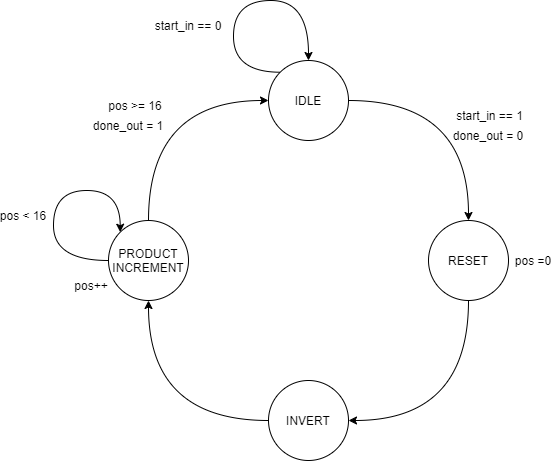
This is sequential_multiplicator/sm_control_state_machine.png from UandersonSilva/multiplicators, a draw.io export, as it was before one commit. Source tidied: cells renumbered, new cells last; positions are measured from the earlier drawing's top-left corner, leaving out a move shared by most shapes. Its diagram source:
```xml
<mxGraphModel>
  <root>
    <mxCell id="0" />
    <mxCell id="1" parent="0" />
    <mxCell id="2" style="edgeStyle=orthogonalEdgeStyle;jettySize=auto;exitX=1;exitY=0.5;exitDx=0;exitDy=0;entryX=0.5;entryY=0;entryDx=0;entryDy=0;curved=1;" parent="1" edge="1" source="3" target="5">
      <mxGeometry relative="1" as="geometry" />
    </mxCell>
    <mxCell id="3" value="RESET" style="ellipse;direction=south;" parent="1" vertex="1">
      <mxGeometry x="425" y="220" width="80" height="80" as="geometry" />
    </mxCell>
    <mxCell id="4" style="edgeStyle=orthogonalEdgeStyle;curved=1;jettySize=auto;exitX=0.5;exitY=1;exitDx=0;exitDy=0;entryX=1;entryY=0.5;entryDx=0;entryDy=0;" parent="1" edge="1" source="5" target="7">
      <mxGeometry relative="1" as="geometry" />
    </mxCell>
    <mxCell id="5" value="INVERT" style="ellipse;direction=south;" parent="1" vertex="1">
      <mxGeometry x="265" y="380" width="80" height="80" as="geometry" />
    </mxCell>
    <mxCell id="6" style="edgeStyle=orthogonalEdgeStyle;curved=1;jettySize=auto;exitX=0;exitY=0.5;exitDx=0;exitDy=0;entryX=0.5;entryY=1;entryDx=0;entryDy=0;" parent="1" edge="1" source="7" target="9">
      <mxGeometry relative="1" as="geometry" />
    </mxCell>
    <mxCell id="7" value="PRODUCT&#10;INCREMENT" style="ellipse;direction=south;" parent="1" vertex="1">
      <mxGeometry x="105" y="220" width="80" height="80" as="geometry" />
    </mxCell>
    <mxCell id="8" style="edgeStyle=orthogonalEdgeStyle;curved=1;jettySize=auto;exitX=0.5;exitY=0;exitDx=0;exitDy=0;entryX=0;entryY=0.5;entryDx=0;entryDy=0;" parent="1" edge="1" source="9" target="3">
      <mxGeometry relative="1" as="geometry" />
    </mxCell>
    <mxCell id="9" value="IDLE" style="ellipse;direction=south;" parent="1" vertex="1">
      <mxGeometry x="265" y="60" width="80" height="80" as="geometry" />
    </mxCell>
    <mxCell id="10" value="pos =0" style="text;strokeColor=none;fillColor=none;align=center;verticalAlign=middle;rounded=0;" parent="1" vertex="1">
      <mxGeometry x="510" y="255" width="40" height="10" as="geometry" />
    </mxCell>
    <mxCell id="11" value="done_out = 0" style="text;strokeColor=none;fillColor=none;align=center;verticalAlign=middle;rounded=0;" parent="1" vertex="1">
      <mxGeometry x="450" y="130" width="70" height="10" as="geometry" />
    </mxCell>
    <mxCell id="12" style="edgeStyle=orthogonalEdgeStyle;orthogonalLoop=1;jettySize=auto;exitX=0;exitY=1;exitDx=0;exitDy=0;entryX=0;entryY=0.5;entryDx=0;entryDy=0;curved=1;" parent="1" edge="1" source="9" target="9">
      <mxGeometry relative="1" as="geometry">
        <Array as="points">
          <mxPoint x="230" y="72" />
          <mxPoint x="230" />
          <mxPoint x="305" />
        </Array>
      </mxGeometry>
    </mxCell>
    <mxCell id="13" value="start_in == 0" style="text;strokeColor=none;fillColor=none;align=center;verticalAlign=middle;rounded=0;" parent="1" vertex="1">
      <mxGeometry x="140" y="20" width="90" height="10" as="geometry" />
    </mxCell>
    <mxCell id="14" style="edgeStyle=orthogonalEdgeStyle;orthogonalLoop=1;jettySize=auto;html=1;exitX=0.5;exitY=1;exitDx=0;exitDy=0;curved=1;entryX=0;entryY=1;entryDx=0;entryDy=0;" parent="1" edge="1" source="7" target="7">
      <mxGeometry relative="1" as="geometry">
        <Array as="points">
          <mxPoint x="50" y="260" />
          <mxPoint x="50" y="190" />
          <mxPoint x="117" y="190" />
        </Array>
      </mxGeometry>
    </mxCell>
    <mxCell id="15" value="start_in == 1" style="text;strokeColor=none;fillColor=none;align=center;verticalAlign=middle;rounded=0;" parent="1" vertex="1">
      <mxGeometry x="450" y="110" width="73" height="10" as="geometry" />
    </mxCell>
    <mxCell id="16" value="done_out = 1" style="text;strokeColor=none;fillColor=none;align=center;verticalAlign=middle;rounded=0;" parent="1" vertex="1">
      <mxGeometry x="90" y="120" width="70" height="10" as="geometry" />
    </mxCell>
    <mxCell id="17" value="pos &lt; 16" style="text;strokeColor=none;fillColor=none;align=center;verticalAlign=middle;rounded=0;" parent="1" vertex="1">
      <mxGeometry y="210" width="40" height="10" as="geometry" />
    </mxCell>
    <mxCell id="18" value="pos++" style="text;strokeColor=none;fillColor=none;align=center;verticalAlign=middle;rounded=0;" parent="1" vertex="1">
      <mxGeometry x="68" y="280" width="40" height="10" as="geometry" />
    </mxCell>
    <mxCell id="19" value="pos &gt;= 16" style="text;strokeColor=none;fillColor=none;align=center;verticalAlign=middle;rounded=0;" parent="1" vertex="1">
      <mxGeometry x="108" y="100" width="48" height="10" as="geometry" />
    </mxCell>
  </root>
</mxGraphModel>
```
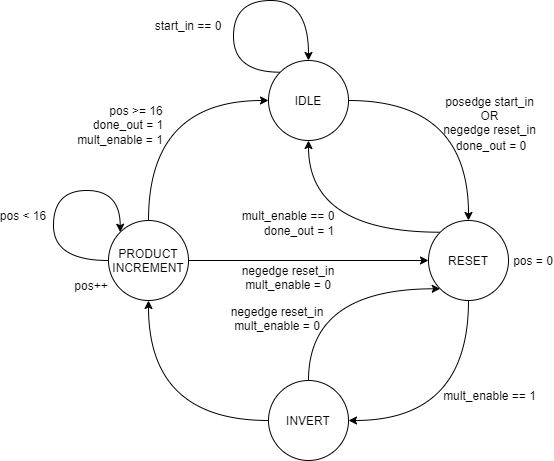
Later version of the same file.

Commit message:
sm_control designed and done.

What changed in the source:
```diff
@@ -5,18 +5,31 @@
     <mxCell id="2" style="edgeStyle=orthogonalEdgeStyle;jettySize=auto;exitX=1;exitY=0.5;exitDx=0;exitDy=0;entryX=0.5;entryY=0;entryDx=0;entryDy=0;curved=1;" parent="1" edge="1" source="3" target="5">
       <mxGeometry relative="1" as="geometry" />
     </mxCell>
+    <mxCell id="20" style="edgeStyle=orthogonalEdgeStyle;curved=1;jettySize=auto;html=1;exitX=0;exitY=1;exitDx=0;exitDy=0;entryX=1;entryY=0.5;entryDx=0;entryDy=0;" parent="1" edge="1" source="3" target="9">
+      <mxGeometry relative="1" as="geometry" />
+    </mxCell>
     <mxCell id="3" value="RESET" style="ellipse;direction=south;" parent="1" vertex="1">
       <mxGeometry x="425" y="220" width="80" height="80" as="geometry" />
     </mxCell>
     <mxCell id="4" style="edgeStyle=orthogonalEdgeStyle;curved=1;jettySize=auto;exitX=0.5;exitY=1;exitDx=0;exitDy=0;entryX=1;entryY=0.5;entryDx=0;entryDy=0;" parent="1" edge="1" source="5" target="7">
       <mxGeometry relative="1" as="geometry" />
     </mxCell>
+    <mxCell id="21" style="edgeStyle=orthogonalEdgeStyle;curved=1;jettySize=auto;html=1;exitX=0;exitY=0.5;exitDx=0;exitDy=0;entryX=1;entryY=1;entryDx=0;entryDy=0;" parent="1" edge="1" source="5" target="3">
+      <mxGeometry relative="1" as="geometry">
+        <Array as="points">
+          <mxPoint x="305" y="288" />
+        </Array>
+      </mxGeometry>
+    </mxCell>
     <mxCell id="5" value="INVERT" style="ellipse;direction=south;" parent="1" vertex="1">
       <mxGeometry x="265" y="380" width="80" height="80" as="geometry" />
     </mxCell>
     <mxCell id="6" style="edgeStyle=orthogonalEdgeStyle;curved=1;jettySize=auto;exitX=0;exitY=0.5;exitDx=0;exitDy=0;entryX=0.5;entryY=1;entryDx=0;entryDy=0;" parent="1" edge="1" source="7" target="9">
       <mxGeometry relative="1" as="geometry" />
     </mxCell>
+    <mxCell id="22" style="edgeStyle=orthogonalEdgeStyle;curved=1;jettySize=auto;html=1;exitX=0.5;exitY=0;exitDx=0;exitDy=0;entryX=0.5;entryY=1;entryDx=0;entryDy=0;" parent="1" edge="1" source="7" target="3">
+      <mxGeometry relative="1" as="geometry" />
+    </mxCell>
     <mxCell id="7" value="PRODUCT&#10;INCREMENT" style="ellipse;direction=south;" parent="1" vertex="1">
       <mxGeometry x="105" y="220" width="80" height="80" as="geometry" />
     </mxCell>
@@ -26,11 +39,11 @@
     <mxCell id="9" value="IDLE" style="ellipse;direction=south;" parent="1" vertex="1">
       <mxGeometry x="265" y="60" width="80" height="80" as="geometry" />
     </mxCell>
-    <mxCell id="10" value="pos =0" style="text;strokeColor=none;fillColor=none;align=center;verticalAlign=middle;rounded=0;" parent="1" vertex="1">
+    <mxCell id="10" value="pos = 0" style="text;strokeColor=none;fillColor=none;align=center;verticalAlign=middle;rounded=0;" parent="1" vertex="1">
       <mxGeometry x="510" y="255" width="40" height="10" as="geometry" />
     </mxCell>
     <mxCell id="11" value="done_out = 0" style="text;strokeColor=none;fillColor=none;align=center;verticalAlign=middle;rounded=0;" parent="1" vertex="1">
-      <mxGeometry x="450" y="130" width="70" height="10" as="geometry" />
+      <mxGeometry x="453" y="140" width="70" height="10" as="geometry" />
     </mxCell>
     <mxCell id="12" style="edgeStyle=orthogonalEdgeStyle;orthogonalLoop=1;jettySize=auto;exitX=0;exitY=1;exitDx=0;exitDy=0;entryX=0;entryY=0.5;entryDx=0;entryDy=0;curved=1;" parent="1" edge="1" source="9" target="9">
       <mxGeometry relative="1" as="geometry">
@@ -53,11 +66,11 @@
         </Array>
       </mxGeometry>
     </mxCell>
-    <mxCell id="15" value="start_in == 1" style="text;strokeColor=none;fillColor=none;align=center;verticalAlign=middle;rounded=0;" parent="1" vertex="1">
+    <mxCell id="15" value="posedge start_in&#10;OR&#10;negedge reset_in" style="text;strokeColor=none;fillColor=none;align=center;verticalAlign=middle;rounded=0;fontStyle=0;" parent="1" vertex="1">
       <mxGeometry x="450" y="110" width="73" height="10" as="geometry" />
     </mxCell>
     <mxCell id="16" value="done_out = 1" style="text;strokeColor=none;fillColor=none;align=center;verticalAlign=middle;rounded=0;" parent="1" vertex="1">
-      <mxGeometry x="90" y="120" width="70" height="10" as="geometry" />
+      <mxGeometry x="90" y="119" width="70" height="10" as="geometry" />
     </mxCell>
     <mxCell id="17" value="pos &lt; 16" style="text;strokeColor=none;fillColor=none;align=center;verticalAlign=middle;rounded=0;" parent="1" vertex="1">
       <mxGeometry y="210" width="40" height="10" as="geometry" />
@@ -66,7 +79,31 @@
       <mxGeometry x="68" y="280" width="40" height="10" as="geometry" />
     </mxCell>
     <mxCell id="19" value="pos &gt;= 16" style="text;strokeColor=none;fillColor=none;align=center;verticalAlign=middle;rounded=0;" parent="1" vertex="1">
-      <mxGeometry x="108" y="100" width="48" height="10" as="geometry" />
+      <mxGeometry x="109" y="105" width="48" height="10" as="geometry" />
     </mxCell>
+    <mxCell id="23" value="mult_enable == 0" style="text;strokeColor=none;fillColor=none;align=center;verticalAlign=middle;rounded=0;" parent="1" vertex="1">
+      <mxGeometry x="240" y="210" width="90" height="10" as="geometry" />
+    </mxCell>
+    <mxCell id="24" value="mult_enable == 1" style="text;strokeColor=none;fillColor=none;align=center;verticalAlign=middle;rounded=0;" parent="1" vertex="1">
+      <mxGeometry x="441.5" y="390" width="90" height="10" as="geometry" />
+    </mxCell>
+    <mxCell id="25" value="mult_enable = 0" style="text;strokeColor=none;fillColor=none;align=center;verticalAlign=middle;rounded=0;" parent="1" vertex="1">
+      <mxGeometry x="229" y="320" width="90" height="10" as="geometry" />
+    </mxCell>
+    <mxCell id="26" value="negedge reset_in" style="text;strokeColor=none;fillColor=none;align=center;verticalAlign=middle;rounded=0;" parent="1" vertex="1">
+      <mxGeometry x="229" y="306" width="90" height="10" as="geometry" />
+    </mxCell>
+    <mxCell id="27" value="mult_enable = 0" style="text;strokeColor=none;fillColor=none;align=center;verticalAlign=middle;rounded=0;" parent="1" vertex="1">
+      <mxGeometry x="240" y="279" width="90" height="10" as="geometry" />
+    </mxCell>
+    <mxCell id="28" value="negedge reset_in" style="text;strokeColor=none;fillColor=none;align=center;verticalAlign=middle;rounded=0;" parent="1" vertex="1">
+      <mxGeometry x="240" y="265" width="90" height="10" as="geometry" />
+    </mxCell>
+    <mxCell id="29" value="done_out = 1" style="text;strokeColor=none;fillColor=none;align=center;verticalAlign=middle;rounded=0;" parent="1" vertex="1">
+      <mxGeometry x="261" y="225" width="70" height="10" as="geometry" />
+    </mxCell>
+    <mxCell id="30" value="mult_enable = 1" style="text;strokeColor=none;fillColor=none;align=center;verticalAlign=middle;rounded=0;" parent="1" vertex="1">
+      <mxGeometry x="72" y="134" width="90" height="10" as="geometry" />
+    </mxCell>
   </root>
 </mxGraphModel>
```
